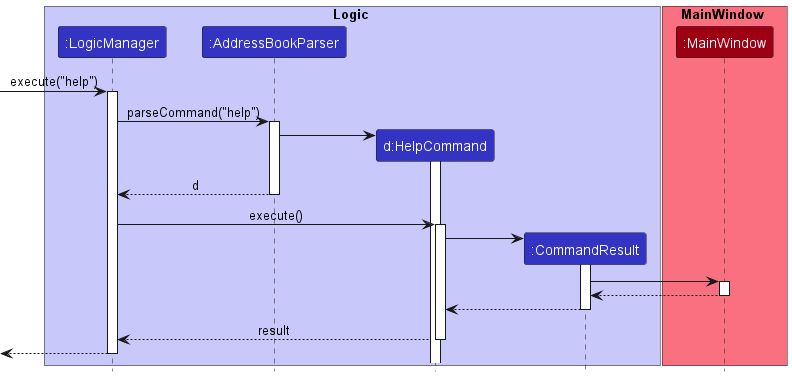
Before: docs/images/HelpSequenceDiagram-0.png, a diagram exported from PlantUML (nus-cs2103-AY2223S2/tp). Source of this version:
```plantuml
@startuml
!include style.puml

box Logic LOGIC_COLOR_T1
participant ":LogicManager" as LogicManager LOGIC_COLOR
participant ":AddressBookParser" as AddressBookParser LOGIC_COLOR
participant "d:HelpCommand" as helpCommand LOGIC_COLOR
participant ":CommandResult" as CommandResult LOGIC_COLOR
end box

box MainWindow MODEL_COLOR_T1
participant ":MainWindow" as MainWindow MODEL_COLOR
end box

[-> LogicManager : execute("help")
activate LogicManager

LogicManager -> AddressBookParser : parseCommand("help")
activate AddressBookParser

create helpCommand
AddressBookParser -> helpCommand
activate helpCommand


AddressBookParser --> LogicManager : d
deactivate AddressBookParser

LogicManager -> helpCommand : execute()
activate helpCommand

create CommandResult
helpCommand -> CommandResult
activate CommandResult

CommandResult -> MainWindow :
activate MainWindow

MainWindow --> CommandResult
deactivate MainWindow


CommandResult --> helpCommand
deactivate CommandResult

helpCommand --> LogicManager : result
deactivate helpCommand

[<--LogicManager
deactivate LogicManager
@enduml
```
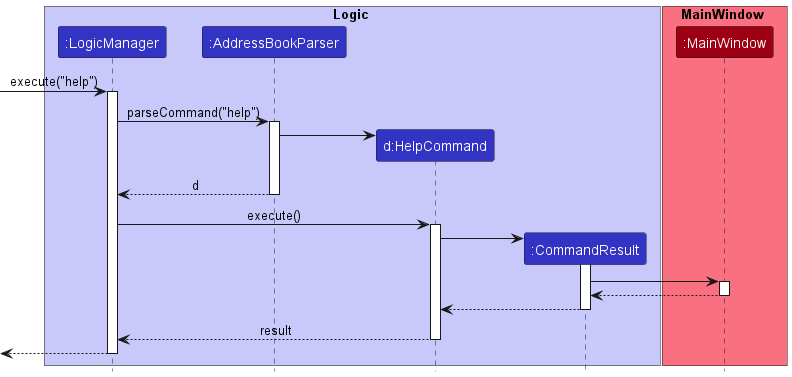
Above is the later version.

Commit message:
update help and view diagram in DG

What changed in the source:
```diff
@@ -20,8 +20,6 @@
 
 create helpCommand
 AddressBookParser -> helpCommand
-activate helpCommand
-
 
 AddressBookParser --> LogicManager : d
 deactivate AddressBookParser
```
